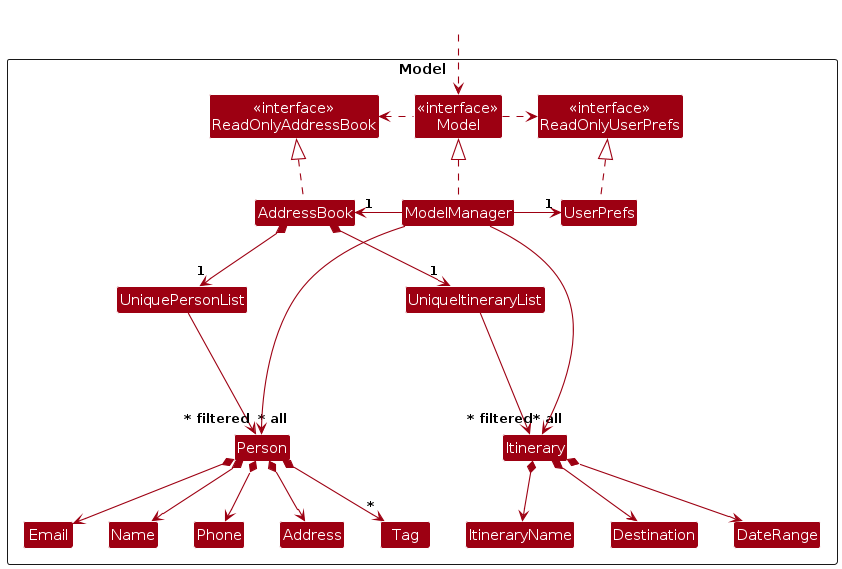
reyestyh/tp keeps this PlantUML diagram as diagrams/ModelClassDiagram.png. Above is the earlier version. Its source is kept beside it as diagrams/ModelClassDiagram.puml.
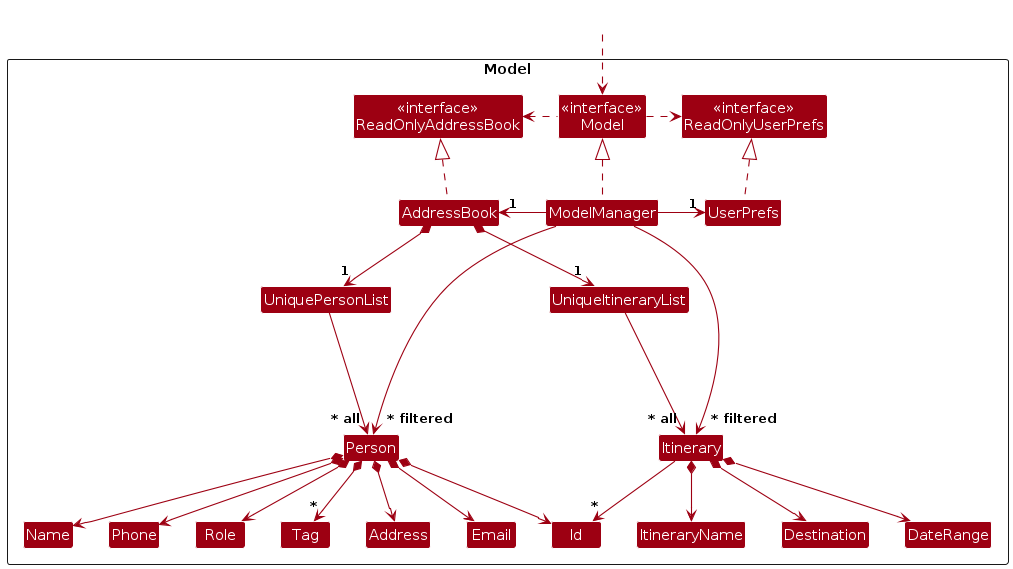
The same file after the commit.

The edit, as a diff of the source:
```diff
@@ -14,11 +14,13 @@
 
 Class UniquePersonList
 Class Person
+Class Role
 Class Address
 Class Email
 Class Name
 Class Phone
 Class Tag
+Class Id
 
 Class Itinerary
 Class UniqueItineraryList
@@ -43,10 +45,12 @@
 
 AddressBook *--> "1" UniquePersonList
 UniquePersonList --> "~* all" Person
+Person *--> Role
 Person *--> Name
 Person *--> Phone
 Person *--> Email
 Person *--> Address
+Person *--> Id
 Person *--> "*" Tag
 
 AddressBook *--> "1" UniqueItineraryList
@@ -54,6 +58,7 @@
 Itinerary *--> ItineraryName
 Itinerary *--> Destination
 Itinerary *--> DateRange
+Itinerary --> "*" Id
 
 Person -[hidden]up--> I
 UniquePersonList -[hidden]right-> I
```
